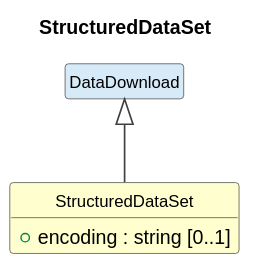
This is cdif-uml-model/DataDescriptionWithStructure/Classes/StructuredDataSet.svg from Cross-Domain-Interoperability-Framework/metadataBuildingBlocks, a PlantUML export, as it was before one commit.
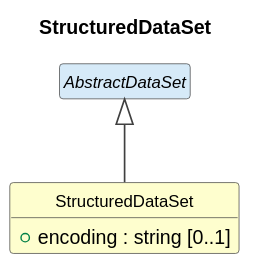
The same diagram one commit later.

The edit, as a diff of the source:
```diff
@@ -13,6 +13,6 @@
 class "StructuredDataSet" as StructuredDataSet #FEFECE {
   +encoding : string [0..1]
 }
-class "DataDownload" as DataDownload #D6EAF8
-DataDownload <|-- StructuredDataSet
+abstract class "AbstractDataSet" as AbstractDataSet #D6EAF8
+AbstractDataSet <|-- StructuredDataSet
 @enduml
```
